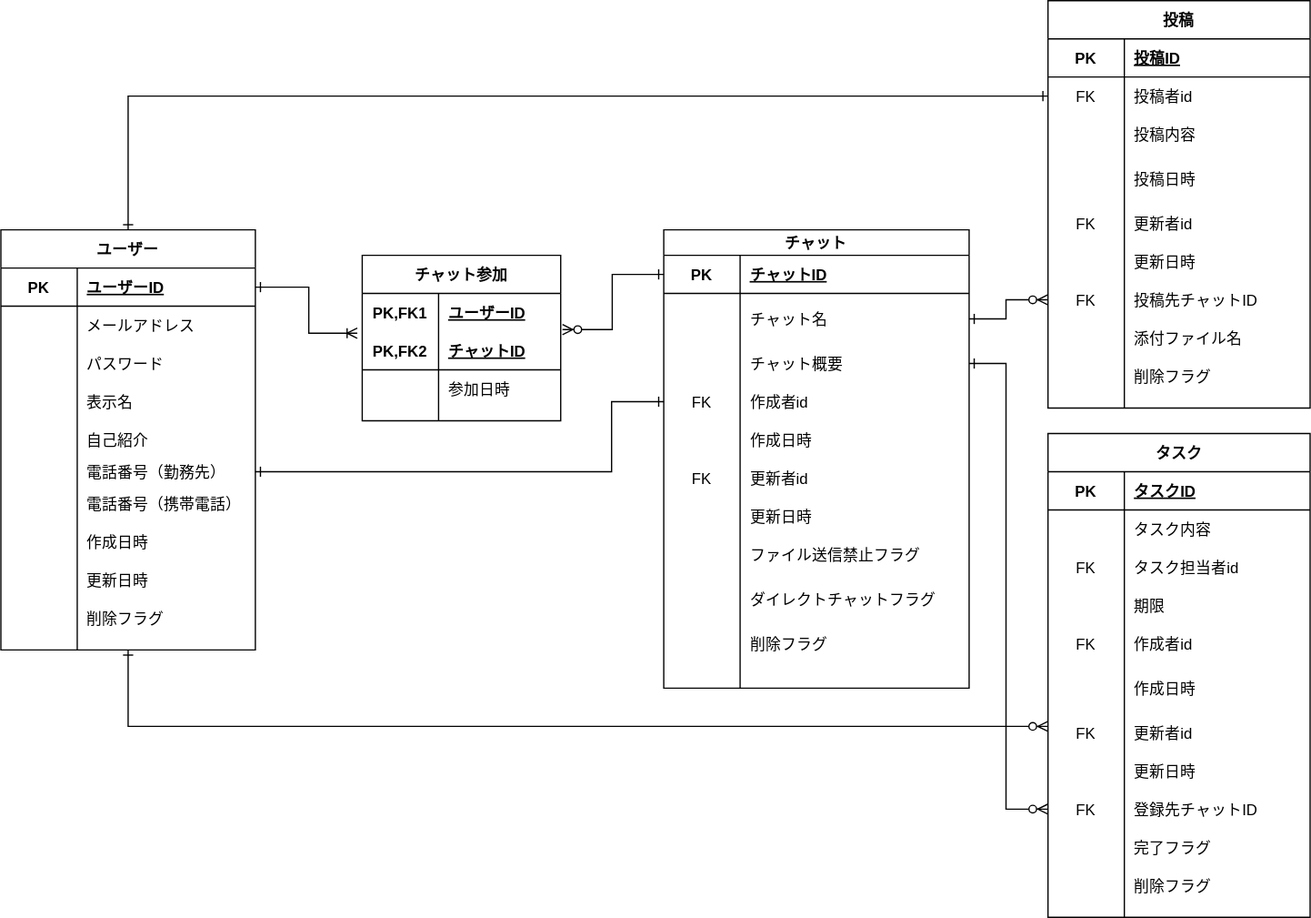
Earlier version of the draw.io export db/db-challenge1/ERDiagram.drawio.svg (fjsho/codegym-db). Source tidied: cells renumbered, new cells last; positions are measured from the earlier drawing's top-left corner, leaving out a move shared by most shapes.
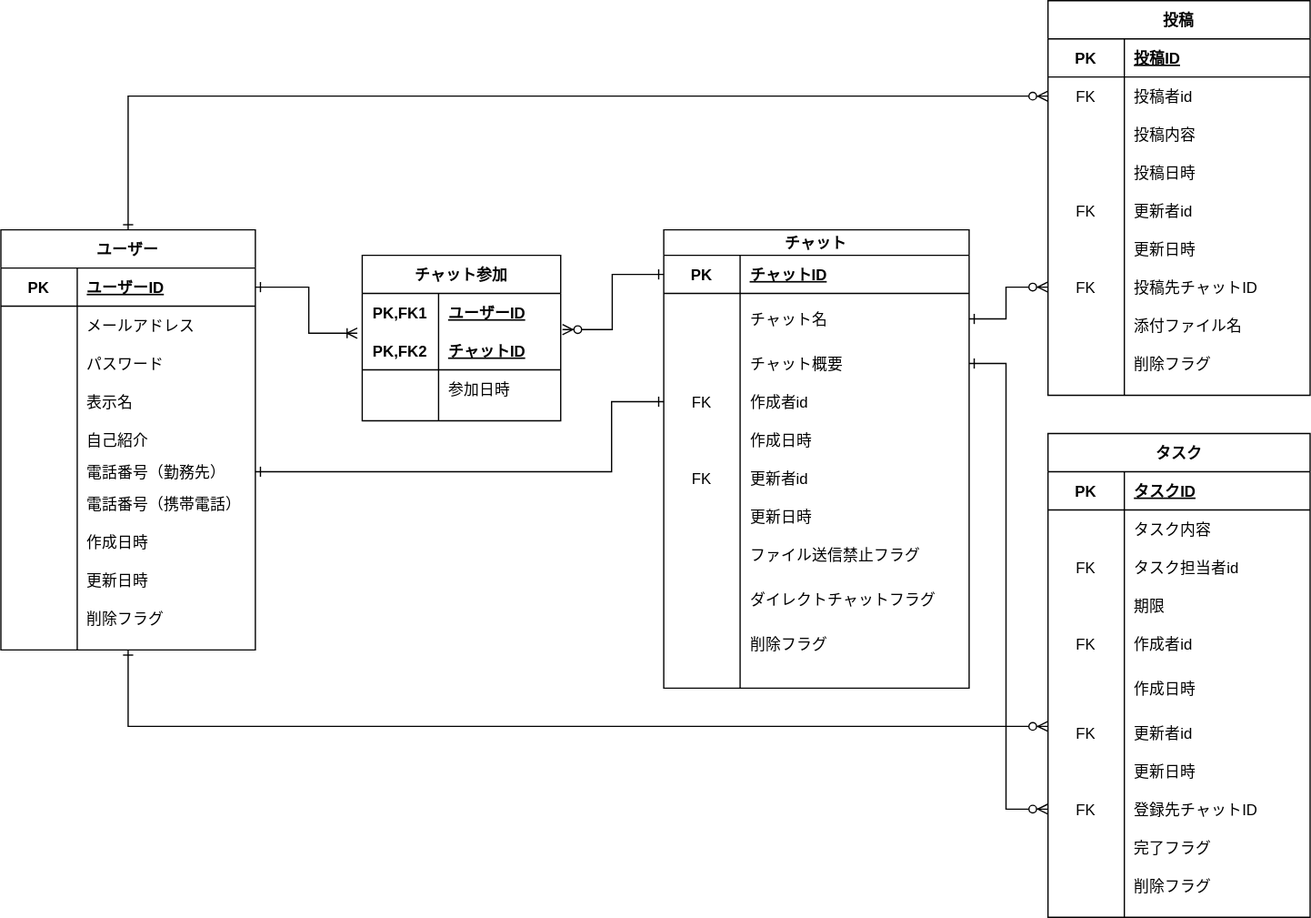
The same file after the commit.

Commit message:
[fix]ユーザーと投稿間のリレーションの修正

Diff of the diagram source:
```diff
@@ -200,7 +200,7 @@
       <mxGeometry x="60" width="180" height="30" as="geometry" />
     </mxCell>
     <mxCell id="66" value="投稿" style="shape=table;startSize=30;rowLines=0;fontStyle=1;align=center;" parent="1" vertex="1">
-      <mxGeometry x="823" width="206" height="320" as="geometry" />
+      <mxGeometry x="823" width="206" height="310" as="geometry" />
     </mxCell>
     <mxCell id="67" style="shape=partialRectangle;fillColor=none;top=0;left=0;bottom=1;right=0;" parent="66" vertex="1">
       <mxGeometry y="30" width="206" height="30" as="geometry" />
@@ -230,16 +230,16 @@
       <mxGeometry x="60" width="146" height="30" as="geometry" />
     </mxCell>
     <mxCell id="76" style="shape=partialRectangle;fillColor=none;top=0;left=0;bottom=0;right=0;" parent="66" vertex="1">
-      <mxGeometry y="120" width="206" height="40" as="geometry" />
+      <mxGeometry y="120" width="206" height="30" as="geometry" />
     </mxCell>
     <mxCell id="77" style="shape=partialRectangle;fillColor=none;top=0;left=0;bottom=0;right=0;overflow=hidden;" parent="76" vertex="1">
-      <mxGeometry width="60" height="40" as="geometry" />
+      <mxGeometry width="60" height="30" as="geometry" />
     </mxCell>
     <mxCell id="78" value="投稿日時" style="shape=partialRectangle;fillColor=none;top=0;left=0;bottom=0;right=0;align=left;spacingLeft=6;overflow=hidden;" parent="76" vertex="1">
-      <mxGeometry x="60" width="146" height="40" as="geometry" />
+      <mxGeometry x="60" width="146" height="30" as="geometry" />
     </mxCell>
     <mxCell id="79" style="shape=partialRectangle;fillColor=none;top=0;left=0;bottom=0;right=0;" parent="66" vertex="1">
-      <mxGeometry y="160" width="206" height="30" as="geometry" />
+      <mxGeometry y="150" width="206" height="30" as="geometry" />
     </mxCell>
     <mxCell id="80" value="FK" style="shape=partialRectangle;fillColor=none;top=0;left=0;bottom=0;right=0;overflow=hidden;" parent="79" vertex="1">
       <mxGeometry width="60" height="30" as="geometry" />
@@ -248,7 +248,7 @@
       <mxGeometry x="60" width="146" height="30" as="geometry" />
     </mxCell>
     <mxCell id="82" style="shape=partialRectangle;fillColor=none;top=0;left=0;bottom=0;right=0;" parent="66" vertex="1">
-      <mxGeometry y="190" width="206" height="30" as="geometry" />
+      <mxGeometry y="180" width="206" height="30" as="geometry" />
     </mxCell>
     <mxCell id="83" style="shape=partialRectangle;fillColor=none;top=0;left=0;bottom=0;right=0;overflow=hidden;" parent="82" vertex="1">
       <mxGeometry width="60" height="30" as="geometry" />
@@ -257,7 +257,7 @@
       <mxGeometry x="60" width="146" height="30" as="geometry" />
     </mxCell>
     <mxCell id="85" style="shape=partialRectangle;fillColor=none;top=0;left=0;bottom=0;right=0;points=[[0,0.5],[1,0.5]];portConstraint=eastwest;" parent="66" vertex="1">
-      <mxGeometry y="220" width="206" height="30" as="geometry" />
+      <mxGeometry y="210" width="206" height="30" as="geometry" />
     </mxCell>
     <mxCell id="86" value="FK" style="shape=partialRectangle;fillColor=none;top=0;left=0;bottom=0;right=0;overflow=hidden;" parent="85" vertex="1">
       <mxGeometry width="60" height="30" as="geometry" />
@@ -266,7 +266,7 @@
       <mxGeometry x="60" width="146" height="30" as="geometry" />
     </mxCell>
     <mxCell id="88" style="shape=partialRectangle;fillColor=none;top=0;left=0;bottom=0;right=0;" parent="66" vertex="1">
-      <mxGeometry y="250" width="206" height="30" as="geometry" />
+      <mxGeometry y="240" width="206" height="30" as="geometry" />
     </mxCell>
     <mxCell id="89" style="shape=partialRectangle;fillColor=none;top=0;left=0;bottom=0;right=0;overflow=hidden;" parent="88" vertex="1">
       <mxGeometry width="60" height="30" as="geometry" />
@@ -275,7 +275,7 @@
       <mxGeometry x="60" width="146" height="30" as="geometry" />
     </mxCell>
     <mxCell id="91" style="shape=partialRectangle;fillColor=none;top=0;left=0;bottom=0;right=0;" parent="66" vertex="1">
-      <mxGeometry y="280" width="206" height="30" as="geometry" />
+      <mxGeometry y="270" width="206" height="30" as="geometry" />
     </mxCell>
     <mxCell id="92" style="shape=partialRectangle;fillColor=none;top=0;left=0;bottom=0;right=0;overflow=hidden;" parent="91" vertex="1">
       <mxGeometry width="60" height="30" as="geometry" />
@@ -389,7 +389,7 @@
       <mxGeometry relative="1" as="geometry">
         <Array as="points">
           <mxPoint x="790" y="250" />
-          <mxPoint x="790" y="235" />
+          <mxPoint x="790" y="225" />
         </Array>
       </mxGeometry>
     </mxCell>
@@ -443,7 +443,7 @@
         </Array>
       </mxGeometry>
     </mxCell>
-    <mxCell id="142" style="edgeStyle=orthogonalEdgeStyle;rounded=0;jettySize=auto;html=1;startArrow=ERone;startFill=0;endArrow=ERone;endFill=0;entryX=0.5;entryY=0;entryDx=0;entryDy=0;" parent="1" edge="1" source="70" target="3">
+    <mxCell id="142" style="edgeStyle=orthogonalEdgeStyle;rounded=0;jettySize=auto;html=1;startArrow=ERzeroToMany;startFill=1;endArrow=ERone;endFill=0;entryX=0.5;entryY=0;entryDx=0;entryDy=0;" parent="1" edge="1" source="70" target="3">
       <mxGeometry relative="1" as="geometry" />
     </mxCell>
   </root>
```
